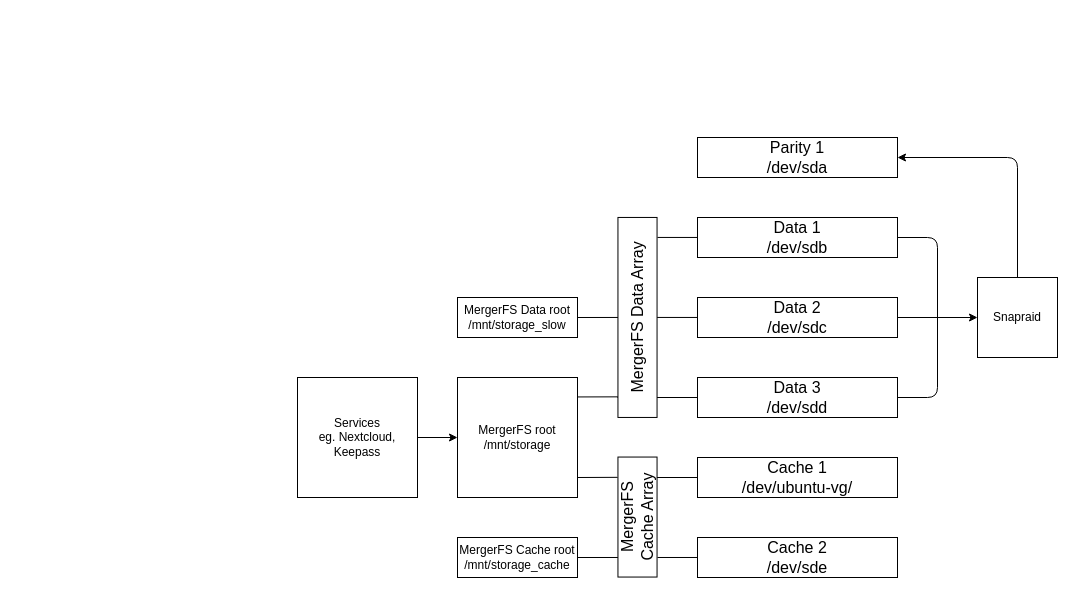
Above: storage.drawio in quantumfate/quantumhome (draw.io), before the change. Source tidied: cells renumbered, new cells numbered last; positions are measured from the earlier drawing's top-left corner, leaving out a move shared by most shapes. Both pictures are drawn from the tidied source at 100%, with x=0, y=0 at pixel (297, 137).
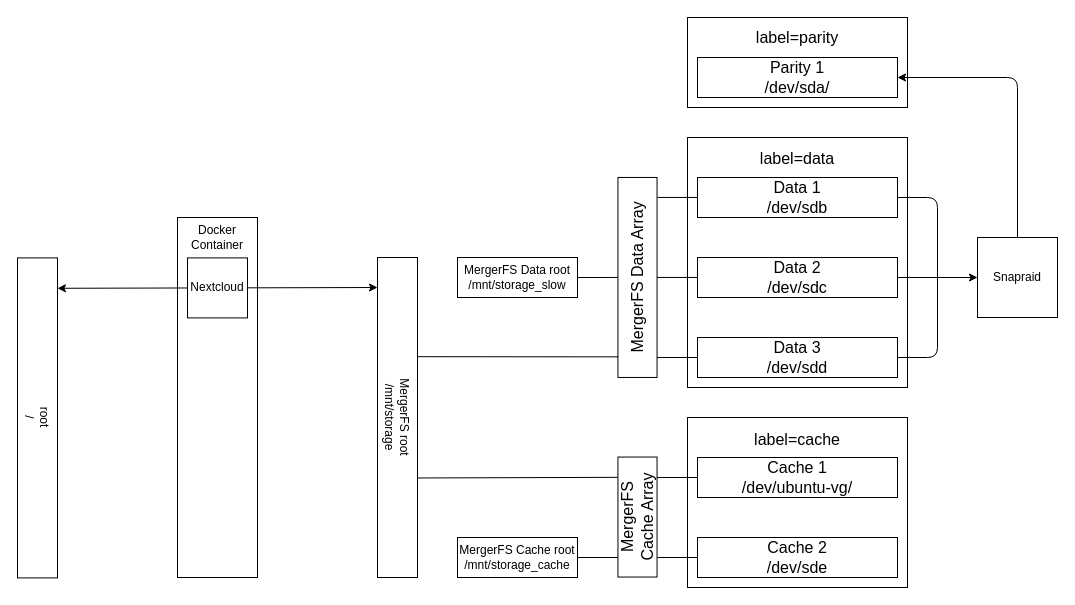
Above is the later version.

The change refers to these unchanged cells:
```xml
<mxCell id="21" value="MergerFS Cache Array" style="rounded=0;whiteSpace=wrap;html=1;fontSize=16;rotation=-90;" parent="1" vertex="1">
  <mxGeometry x="280" y="360" width="120" height="39.1" as="geometry" />
</mxCell>
```

What changed in the source:
```diff
@@
+    <mxCell id="29" style="rounded=0;whiteSpace=wrap;html=1;" parent="1" vertex="1">
+      <mxGeometry x="-120" y="80" width="80" height="360" as="geometry" />
+    </mxCell>
+    <mxCell id="30" style="rounded=0;whiteSpace=wrap;html=1;shadow=0;strokeColor=default;strokeWidth=1;" parent="1" vertex="1">
+      <mxGeometry x="390" y="280" width="220" height="170" as="geometry" />
+    </mxCell>
+    <mxCell id="31" style="rounded=0;whiteSpace=wrap;html=1;shadow=0;strokeColor=default;strokeWidth=1;" parent="1" vertex="1">
+      <mxGeometry x="390" y="-120" width="220" height="90" as="geometry" />
+    </mxCell>
+    <mxCell id="32" style="rounded=0;whiteSpace=wrap;html=1;shadow=0;strokeColor=default;strokeWidth=1;" parent="1" vertex="1">
+      <mxGeometry x="390" width="220" height="250" as="geometry" />
+    </mxCell>
-    <mxCell id="2" value="&lt;font style=&quot;font-size: 16px&quot;&gt;Parity 1&lt;br&gt;/dev/sda&lt;br&gt;&lt;/font&gt;" style="rounded=0;whiteSpace=wrap;html=1;" parent="1" vertex="1">
-      <mxGeometry x="400" width="200" height="40" as="geometry" />
+    <mxCell id="2" value="&lt;font style=&quot;font-size: 16px&quot;&gt;Parity 1&lt;br&gt;/dev/sda/&lt;br&gt;&lt;/font&gt;" style="rounded=0;whiteSpace=wrap;html=1;" parent="1" vertex="1">
+      <mxGeometry x="400" y="-80" width="200" height="40" as="geometry" />
     </mxCell>
@@
     <mxCell id="4" style="edgeStyle=none;html=1;endArrow=none;endFill=0;" parent="1" edge="1" source="5">
       <mxGeometry relative="1" as="geometry">
-        <mxPoint x="640" y="180" as="targetPoint" />
+        <mxPoint x="640" y="140" as="targetPoint" />
         <Array as="points">
-          <mxPoint x="640" y="100" />
+          <mxPoint x="640" y="60" />
         </Array>
       </mxGeometry>
     </mxCell>
     <mxCell id="5" value="&lt;font style=&quot;font-size: 16px&quot;&gt;Data 1&lt;br&gt;/dev/sdb&lt;br&gt;&lt;/font&gt;" style="rounded=0;whiteSpace=wrap;html=1;" parent="1" vertex="1">
-      <mxGeometry x="400" y="80" width="200" height="40" as="geometry" />
+      <mxGeometry x="400" y="40" width="200" height="40" as="geometry" />
     </mxCell>
@@
     <mxCell id="8" value="&lt;font style=&quot;font-size: 16px&quot;&gt;Data 2&lt;br&gt;/dev/sdc&lt;br&gt;&lt;/font&gt;" style="rounded=0;whiteSpace=wrap;html=1;" parent="1" vertex="1">
-      <mxGeometry x="400" y="160" width="200" height="40" as="geometry" />
+      <mxGeometry x="400" y="120" width="200" height="40" as="geometry" />
     </mxCell>
     <mxCell id="9" style="edgeStyle=none;html=1;fontSize=16;endArrow=none;endFill=0;" parent="1" edge="1" source="11">
       <mxGeometry relative="1" as="geometry">
-        <mxPoint x="320" y="260" as="targetPoint" />
+        <mxPoint x="320" y="220" as="targetPoint" />
       </mxGeometry>
     </mxCell>
     <mxCell id="10" style="edgeStyle=none;html=1;endArrow=none;endFill=0;" parent="1" edge="1" source="11">
       <mxGeometry relative="1" as="geometry">
-        <mxPoint x="640" y="180" as="targetPoint" />
+        <mxPoint x="640" y="140" as="targetPoint" />
         <Array as="points">
-          <mxPoint x="640" y="260" />
+          <mxPoint x="640" y="220" />
         </Array>
       </mxGeometry>
     </mxCell>
     <mxCell id="11" value="&lt;font style=&quot;font-size: 16px&quot;&gt;Data 3&lt;br&gt;/dev/sdd&lt;br&gt;&lt;/font&gt;" style="rounded=0;whiteSpace=wrap;html=1;" parent="1" vertex="1">
-      <mxGeometry x="400" y="240" width="200" height="40" as="geometry" />
+      <mxGeometry x="400" y="200" width="200" height="40" as="geometry" />
     </mxCell>
@@
-    <mxCell id="13" style="edgeStyle=none;html=1;entryX=1;entryY=0.162;entryDx=0;entryDy=0;endArrow=none;endFill=0;exitX=0.103;exitY=0.004;exitDx=0;exitDy=0;exitPerimeter=0;entryPerimeter=0;" parent="1" edge="1" source="14" target="24">
+    <mxCell id="13" style="edgeStyle=none;html=1;endArrow=none;endFill=0;exitX=0.103;exitY=0.004;exitDx=0;exitDy=0;exitPerimeter=0;entryX=0.992;entryY=0.31;entryDx=0;entryDy=0;entryPerimeter=0;" parent="1" edge="1" source="14" target="24">
       <mxGeometry relative="1" as="geometry" />
     </mxCell>
     <mxCell id="14" value="MergerFS Data Array" style="rounded=0;whiteSpace=wrap;html=1;fontSize=16;rotation=-90;" parent="1" vertex="1">
-      <mxGeometry x="240" y="160.4" width="200" height="39.1" as="geometry" />
+      <mxGeometry x="240" y="120.4" width="200" height="39.1" as="geometry" />
     </mxCell>
@@
-    <mxCell id="20" style="edgeStyle=none;html=1;endArrow=none;endFill=0;exitX=0.831;exitY=-0.021;exitDx=0;exitDy=0;exitPerimeter=0;" parent="1" edge="1" source="21">
-      <mxGeometry relative="1" as="geometry">
-        <mxPoint x="280" y="340" as="targetPoint" />
-      </mxGeometry>
+    <mxCell id="20" style="edgeStyle=none;html=1;endArrow=none;endFill=0;exitX=0.831;exitY=-0.021;exitDx=0;exitDy=0;exitPerimeter=0;entryX=1.011;entryY=0.689;entryDx=0;entryDy=0;entryPerimeter=0;" parent="1" edge="1" source="21" target="24">
+      <mxGeometry relative="1" as="geometry" />
     </mxCell>
@@
     <mxCell id="22" value="MergerFS Data root&lt;br&gt;/mnt/storage_slow" style="rounded=0;whiteSpace=wrap;html=1;" parent="1" vertex="1">
-      <mxGeometry x="160" y="160" width="120" height="40" as="geometry" />
+      <mxGeometry x="160" y="120" width="120" height="40" as="geometry" />
     </mxCell>
@@
-    <mxCell id="24" value="MergerFS root&lt;br&gt;/mnt/storage" style="rounded=0;whiteSpace=wrap;html=1;" parent="1" vertex="1">
-      <mxGeometry x="160" y="240" width="120" height="120" as="geometry" />
+    <mxCell id="24" style="rounded=0;whiteSpace=wrap;html=1;" parent="1" vertex="1">
+      <mxGeometry x="80" y="120" width="40" height="320" as="geometry" />
     </mxCell>
-    <mxCell id="25" style="edgeStyle=none;html=1;entryX=0;entryY=0.5;entryDx=0;entryDy=0;" parent="1" edge="1" source="26" target="24">
-      <mxGeometry relative="1" as="geometry" />
-    </mxCell>
-    <mxCell id="26" value="Services&lt;br&gt;eg. Nextcloud, Keepass" style="rounded=0;whiteSpace=wrap;html=1;" parent="1" vertex="1">
-      <mxGeometry y="240" width="120" height="120" as="geometry" />
-    </mxCell>
     <mxCell id="27" style="edgeStyle=none;html=1;entryX=1;entryY=0.5;entryDx=0;entryDy=0;endArrow=classic;endFill=1;" parent="1" edge="1" source="28" target="2">
       <mxGeometry relative="1" as="geometry">
         <Array as="points">
-          <mxPoint x="720" y="20" />
+          <mxPoint x="720" y="-60" />
         </Array>
       </mxGeometry>
     </mxCell>
     <mxCell id="28" value="Snapraid" style="rounded=0;whiteSpace=wrap;html=1;" parent="1" vertex="1">
-      <mxGeometry x="680" y="140" width="80" height="80" as="geometry" />
+      <mxGeometry x="680" y="100" width="80" height="80" as="geometry" />
     </mxCell>
+    <mxCell id="33" value="&lt;font style=&quot;font-size: 16px&quot;&gt;label=data&lt;/font&gt;" style="text;html=1;strokeColor=none;fillColor=none;align=center;verticalAlign=middle;whiteSpace=wrap;rounded=0;shadow=0;" parent="1" vertex="1">
+      <mxGeometry x="470" y="6" width="60" height="30" as="geometry" />
+    </mxCell>
+    <mxCell id="34" value="&lt;font style=&quot;font-size: 16px&quot;&gt;label=parity&lt;/font&gt;" style="text;html=1;strokeColor=none;fillColor=none;align=center;verticalAlign=middle;whiteSpace=wrap;rounded=0;shadow=0;" parent="1" vertex="1">
+      <mxGeometry x="470" y="-115" width="60" height="30" as="geometry" />
+    </mxCell>
+    <mxCell id="35" value="&lt;font style=&quot;font-size: 16px&quot;&gt;label=cache&lt;/font&gt;" style="text;html=1;strokeColor=none;fillColor=none;align=center;verticalAlign=middle;whiteSpace=wrap;rounded=0;shadow=0;" parent="1" vertex="1">
+      <mxGeometry x="470" y="287" width="60" height="30" as="geometry" />
+    </mxCell>
+    <mxCell id="36" style="rounded=0;whiteSpace=wrap;html=1;" parent="1" vertex="1">
+      <mxGeometry x="-280" y="120.4" width="40" height="320" as="geometry" />
+    </mxCell>
+    <mxCell id="37" value="MergerFS root&lt;br&gt;/mnt/storage" style="text;html=1;strokeColor=none;fillColor=none;align=center;verticalAlign=middle;whiteSpace=wrap;rounded=0;rotation=90;" parent="1" vertex="1">
+      <mxGeometry x="50" y="265" width="100" height="30" as="geometry" />
+    </mxCell>
+    <mxCell id="38" value="root&lt;br&gt;/" style="text;html=1;strokeColor=none;fillColor=none;align=center;verticalAlign=middle;whiteSpace=wrap;rounded=0;rotation=90;" parent="1" vertex="1">
+      <mxGeometry x="-280" y="265" width="40" height="30" as="geometry" />
+    </mxCell>
+    <mxCell id="39" style="edgeStyle=none;html=1;" parent="1" edge="1" source="41">
+      <mxGeometry relative="1" as="geometry">
+        <mxPoint x="80" y="150" as="targetPoint" />
+      </mxGeometry>
+    </mxCell>
+    <mxCell id="40" style="edgeStyle=none;html=1;entryX=0.999;entryY=0.095;entryDx=0;entryDy=0;entryPerimeter=0;" parent="1" edge="1" source="41" target="36">
+      <mxGeometry relative="1" as="geometry" />
+    </mxCell>
+    <mxCell id="41" value="Nextcloud" style="whiteSpace=wrap;html=1;" parent="1" vertex="1">
+      <mxGeometry x="-110" y="120.4" width="60" height="60" as="geometry" />
+    </mxCell>
+    <mxCell id="42" value="Docker Container" style="text;html=1;strokeColor=none;fillColor=none;align=center;verticalAlign=middle;whiteSpace=wrap;rounded=0;" parent="1" vertex="1">
+      <mxGeometry x="-110" y="85" width="60" height="30" as="geometry" />
+    </mxCell>
```
